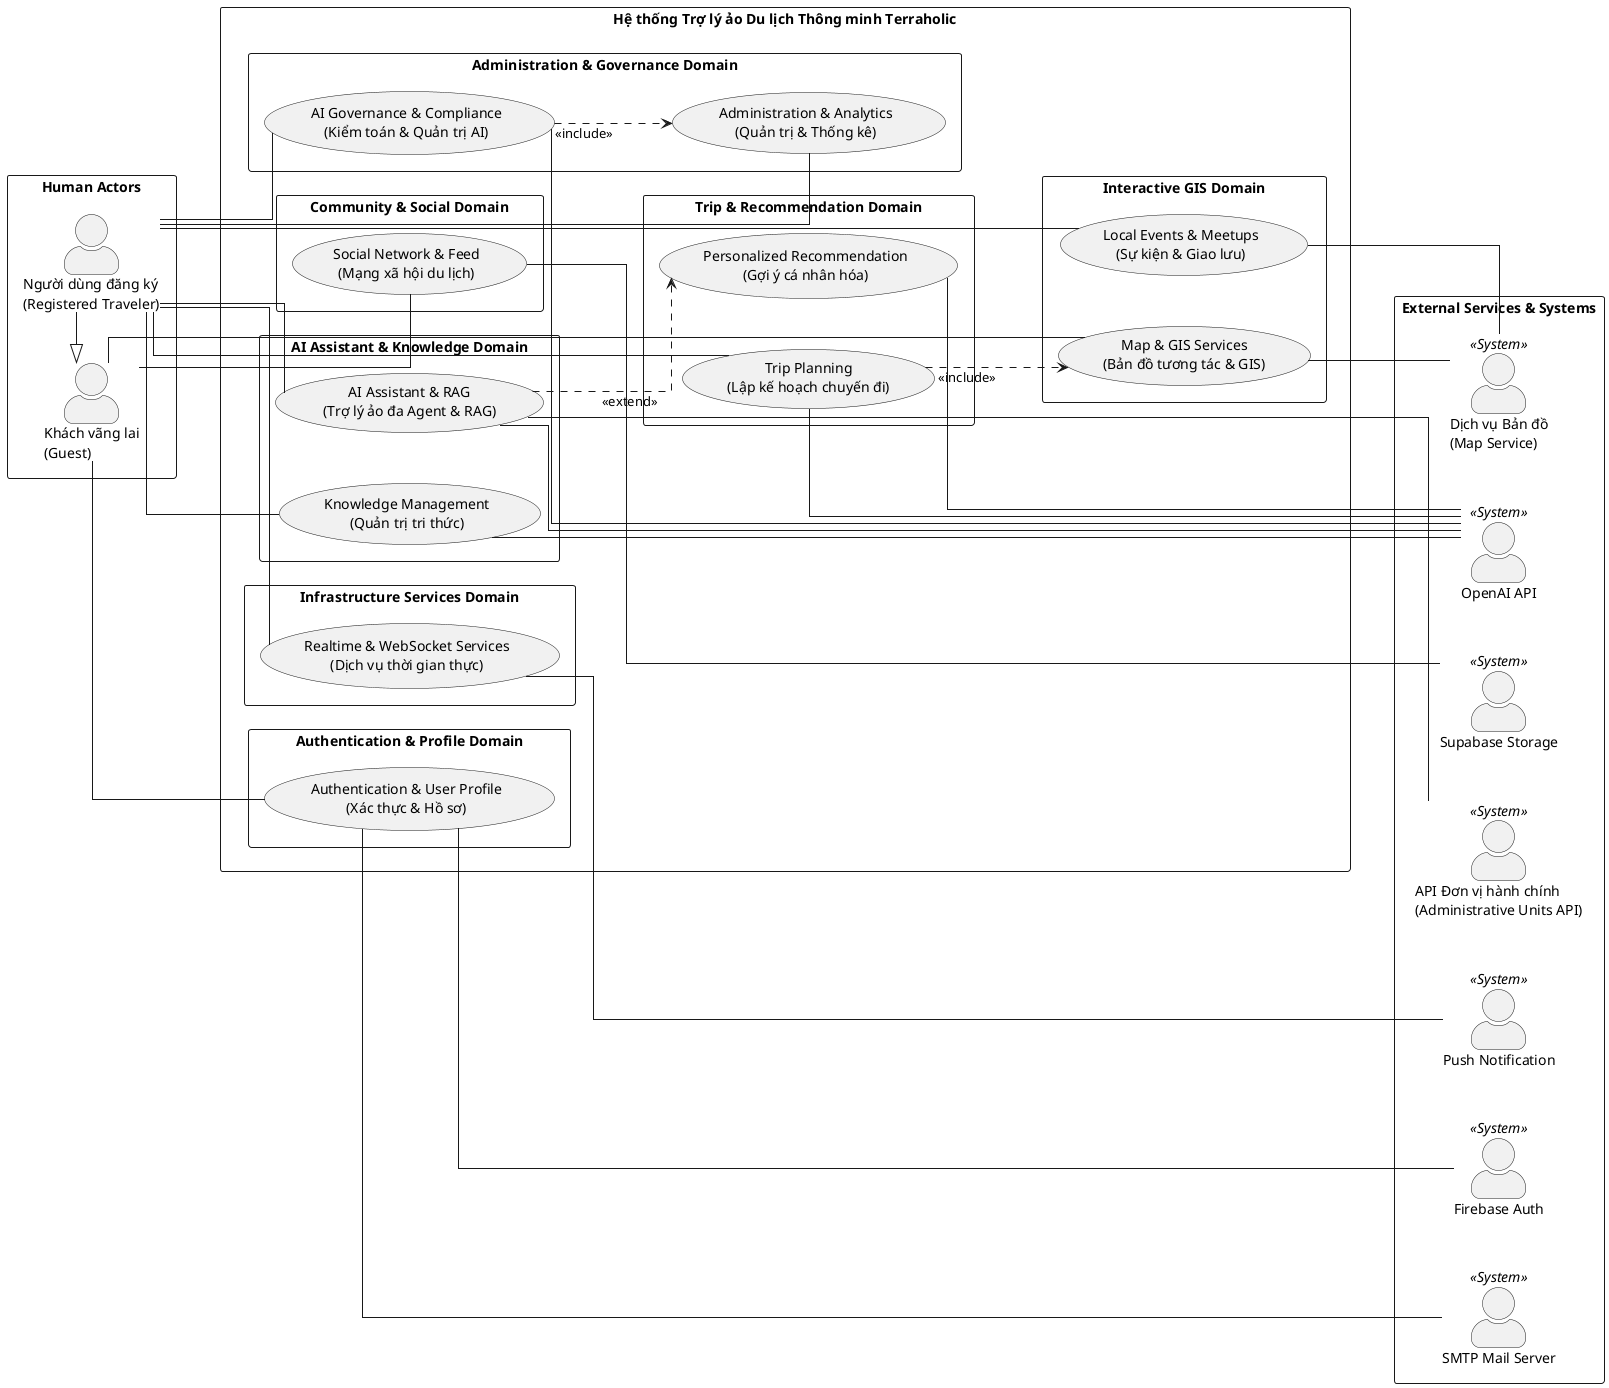
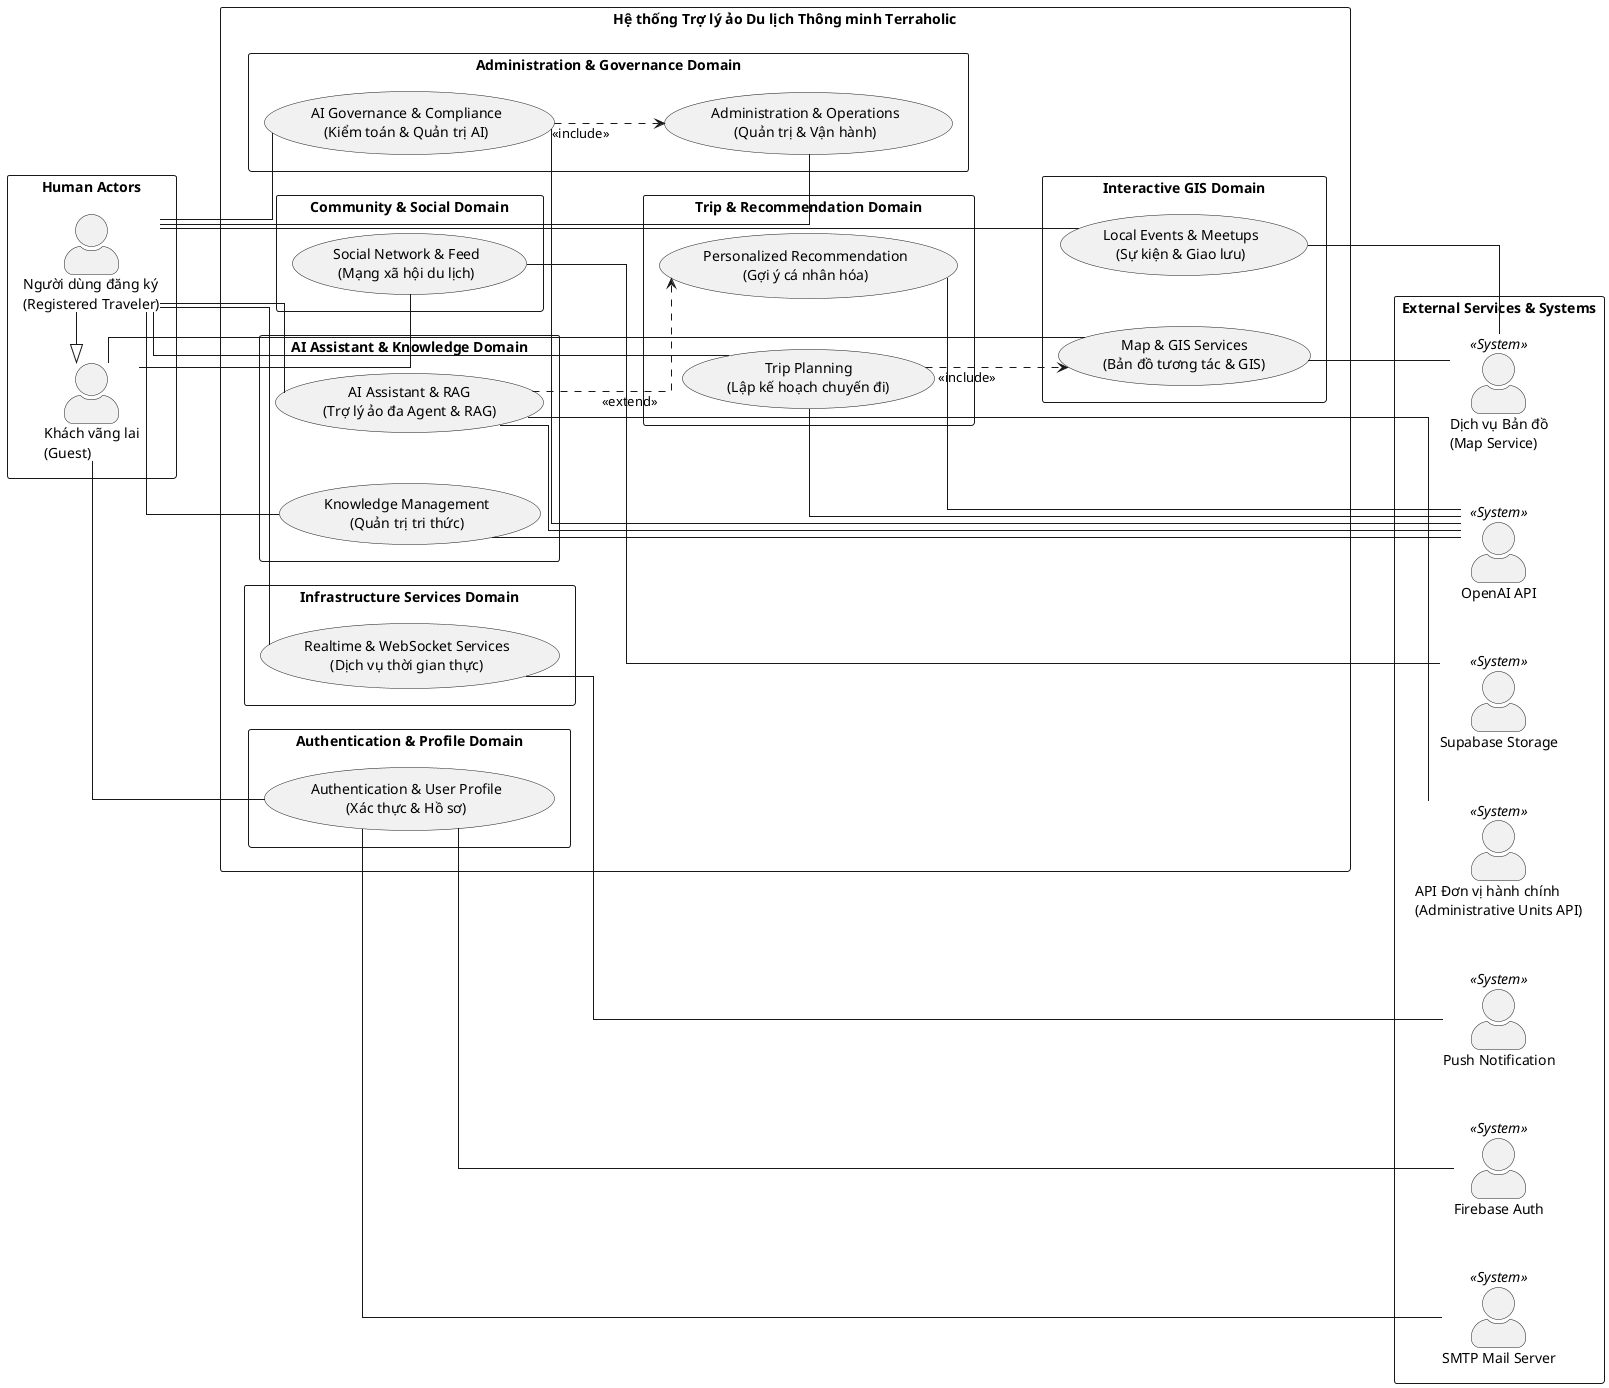
@startuml UseCase_SystemSummary
left to right direction
skinparam packageStyle rectangle
skinparam actorStyle awesome
skinparam linetype ortho
skinparam ranksep 100
skinparam nodesep 50

' ==========================================
' 1. ACTORS DEFINITIONS
' ==========================================

' Human Actors (Tác nhân con người)
package "Human Actors" {
  actor "Khách vãng lai\n(Guest)" as Guest
  actor "Người dùng đăng ký\n(Registered Traveler)" as User
}

' External Systems & Supporting Services (Tác nhân hệ thống ngoại vi)
package "External Services & Systems" {
  actor "Firebase Auth" as Firebase <<System>>
  actor "OpenAI API" as OpenAI <<System>>
  actor "Dịch vụ Bản đồ\n(Map Service)" as MapService <<System>>
  actor "API Đơn vị hành chính\n(Administrative Units API)" as AdminUnits <<System>>
  actor "SMTP Mail Server" as SMTP <<System>>
  actor "Supabase Storage" as SupabaseStorage <<System>>
  actor "Push Notification" as PushNotif <<System>>
}

' Actor Inheritance (Thừa kế tác nhân)
User -|> Guest

' ==========================================
' 2. SYSTEM BOUNDARY & DOMAINS
' ==========================================
rectangle "Hệ thống Trợ lý ảo Du lịch Thông minh Terraholic" as SystemBoundary {

  package "Authentication & Profile Domain" {
    usecase "Authentication & User Profile\n(Xác thực & Hồ sơ)" as UC_Auth
  }

  package "Trip & Recommendation Domain" {
    usecase "Trip Planning\n(Lập kế hoạch chuyến đi)" as UC_Trip
    usecase "Personalized Recommendation\n(Gợi ý cá nhân hóa)" as UC_Rec
  }

  package "Interactive GIS Domain" {
    usecase "Map & GIS Services\n(Bản đồ tương tác & GIS)" as UC_Map
    usecase "Local Events & Meetups\n(Sự kiện & Giao lưu)" as UC_Events
  }

  package "Community & Social Domain" {
    usecase "Social Network & Feed\n(Mạng xã hội du lịch)" as UC_Social
  }

  package "AI Assistant & Knowledge Domain" {
    usecase "AI Assistant & RAG\n(Trợ lý ảo đa Agent & RAG)" as UC_AI
    usecase "Knowledge Management\n(Quản trị tri thức)" as UC_Knowledge
  }

  package "Administration & Governance Domain" {
    usecase "AI Governance & Compliance\n(Kiểm toán & Quản trị AI)" as UC_AIGov
-     usecase "Administration & Analytics\n(Quản trị & Thống kê)" as UC_Admin
+     usecase "Administration & Operations\n(Quản trị & Vận hành)" as UC_Admin
  }

  package "Infrastructure Services Domain" {
    usecase "Realtime & WebSocket Services\n(Dịch vụ thời gian thực)" as UC_Realtime
  }

  ' High-level Relationships within the System
  UC_Trip ..> UC_Map : <<include>>
  UC_AI ..> UC_Rec : <<extend>>
  UC_AIGov ..> UC_Admin : <<include>>
}

' ==========================================
' 3. ASSOCIATIONS (ACTORS -> DOMAINS)
' ==========================================

' Guest Associations
Guest -- UC_Auth
Guest -- UC_Map
Guest -- UC_Social

' Registered Traveler Associations
User -- UC_Trip
User -- UC_AI
User -- UC_Events
User -- UC_Realtime
User -- UC_Admin
User -- UC_AIGov
User -- UC_Knowledge

' ==========================================
' 4. ASSOCIATIONS (DOMAINS -> EXTERNAL SYSTEMS)
' ==========================================
UC_Auth -- Firebase
UC_Auth -- SMTP
UC_Trip -- OpenAI
UC_Rec -- OpenAI
UC_Map -- MapService
UC_Events -- MapService
UC_Social -- SupabaseStorage
UC_AI -- OpenAI
UC_AI -- AdminUnits
UC_Knowledge -- OpenAI
UC_AIGov -- OpenAI
UC_Realtime -- PushNotif

@enduml
